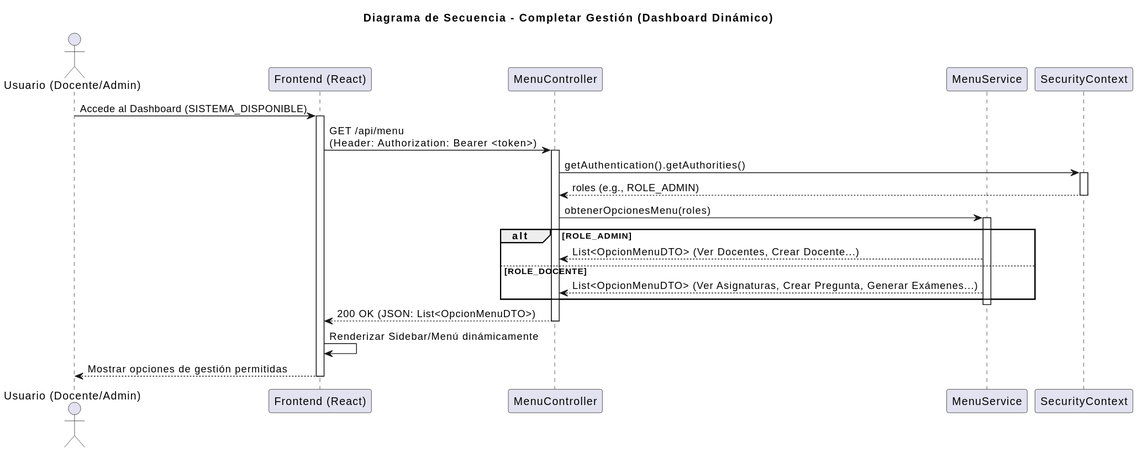
Earlier version of the PlantUML export images/diseño/completarGestion/completarGestion.svg (Pareyor/25-26-idsw2-sdVC). Source of this version:
```plantuml
@startuml
title Diagrama de Secuencia - Completar Gestión (Dashboard Dinámico)

actor "Usuario (Docente/Admin)" as Actor
participant "Frontend (React)" as FE
participant "MenuController" as Controller
participant "MenuService" as Service
participant "SecurityContext" as Context

Actor -> FE: Accede al Dashboard (SISTEMA_DISPONIBLE)
activate FE

FE -> Controller: GET /api/menu\n(Header: Authorization: Bearer <token>)
activate Controller

Controller -> Context: getAuthentication().getAuthorities()
activate Context
Context --> Controller: roles (e.g., ROLE_ADMIN)
deactivate Context

Controller -> Service: obtenerOpcionesMenu(roles)
activate Service

alt ROLE_ADMIN
    Service --> Controller: List<OpcionMenuDTO> (Ver Docentes, Crear Docente...)
else ROLE_DOCENTE
    Service --> Controller: List<OpcionMenuDTO> (Ver Asignaturas, Crear Pregunta, Generar Exámenes...)
end
deactivate Service

Controller --> FE: 200 OK (JSON: List<OpcionMenuDTO>)
deactivate Controller

FE -> FE: Renderizar Sidebar/Menú dinámicamente
FE --> Actor: Mostrar opciones de gestión permitidas
deactivate FE
@enduml
```
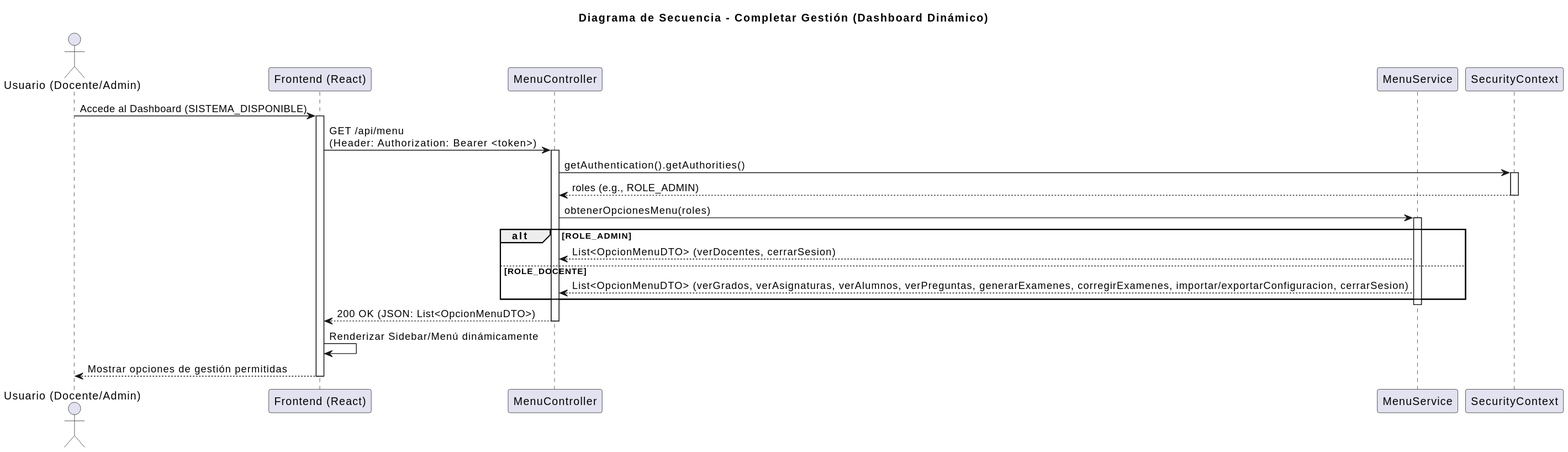
Later version of the same file.

Diff of the diagram source:
```diff
@@ -22,9 +22,9 @@
 activate Service
 
 alt ROLE_ADMIN
-    Service --> Controller: List<OpcionMenuDTO> (Ver Docentes, Crear Docente...)
+    Service --> Controller: List<OpcionMenuDTO> (verDocentes, cerrarSesion)
 else ROLE_DOCENTE
-    Service --> Controller: List<OpcionMenuDTO> (Ver Asignaturas, Crear Pregunta, Generar Exámenes...)
+    Service --> Controller: List<OpcionMenuDTO> (verGrados, verAsignaturas, verAlumnos, verPreguntas, generarExamenes, corregirExamenes, importar/exportarConfiguracion, cerrarSesion)
 end
 deactivate Service
 
```
